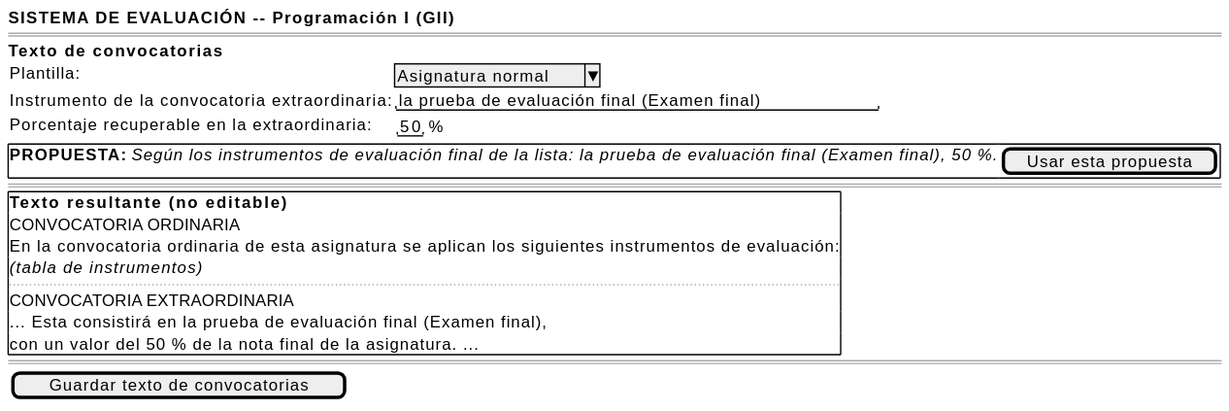
The PlantUML diagram images/RUP/01-requisitos/03-detalle-casos-uso/editarTextoSistemaEvaluacion/wireframe.svg in mmasias/pyCeldaPublico, before a commit. Source of this version:
```plantuml
@startsalt editarTextoSistemaEvaluacion-wireframe
{
    <b>SISTEMA DE EVALUACIÓN -- Programación I (GII)</b>
    ====
    <b>Texto de convocatorias</b>
    {
        Plantilla: | ^Asignatura normal^
        Instrumento de la convocatoria extraordinaria: | "la prueba de evaluación final (Examen final)"
        Porcentaje recuperable en la extraordinaria: | {"50" | %}
    }
    {+
        <b>PROPUESTA:</b> <i>Según los instrumentos de evaluación final de la lista: la prueba de evaluación final (Examen final), 50 %.</i> | [Usar esta propuesta]
    }
    ====
    {+
        <b>Texto resultante (no editable)</b>
        CONVOCATORIA ORDINARIA
        En la convocatoria ordinaria de esta asignatura se aplican los siguientes instrumentos de evaluación:
        <i>(tabla de instrumentos)</i>
        ...
        CONVOCATORIA EXTRAORDINARIA
        ... Esta consistirá en la prueba de evaluación final (Examen final),
        con un valor del 50 % de la nota final de la asignatura. ...
    }
    ====
    {[Guardar texto de convocatorias]}
}
@endsalt
```
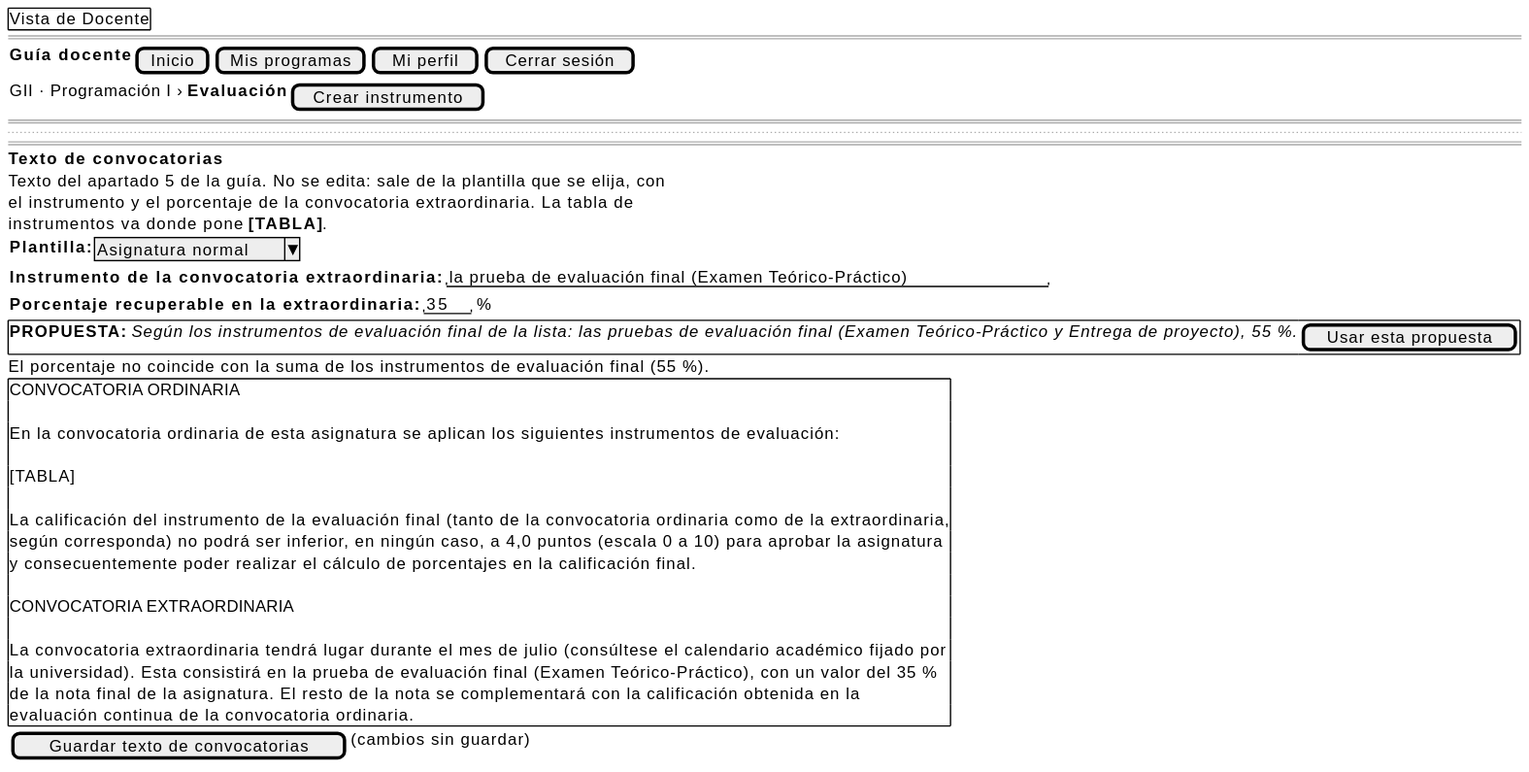
The same diagram one commit later.

Diff of the diagram source:
```diff
@@ -1,28 +1,41 @@
 @startsalt editarTextoSistemaEvaluacion-wireframe
 {
-    <b>SISTEMA DE EVALUACIÓN -- Programación I (GII)</b>
+    {+ Vista de Docente }
+    ====
+    {<b>Guía docente</b> | [Inicio] | [Mis programas] | [Mi perfil] | [Cerrar sesión]}
+    {GII · Programación I › <b>Evaluación</b> | [Crear instrumento]}
+    ====
+    ...
     ====
     <b>Texto de convocatorias</b>
-    {
-        Plantilla: | ^Asignatura normal^
-        Instrumento de la convocatoria extraordinaria: | "la prueba de evaluación final (Examen final)"
-        Porcentaje recuperable en la extraordinaria: | {"50" | %}
+    Texto del apartado 5 de la guía. No se edita: sale de la plantilla que se elija, con
+    el instrumento y el porcentaje de la convocatoria extraordinaria. La tabla de
+    instrumentos va donde pone <b>&#91;TABLA]</b>.
+    {<b>Plantilla:</b> | ^Asignatura normal^}
+    {<b>Instrumento de la convocatoria extraordinaria:</b> | "la prueba de evaluación final (Examen Teórico-Práctico)"}
+    {<b>Porcentaje recuperable en la extraordinaria:</b> | "35  " | %}
+    {+
+        <b>PROPUESTA:</b> <i>Según los instrumentos de evaluación final de la lista: las pruebas de evaluación final (Examen Teórico-Práctico y Entrega de proyecto), 55 %.</i> | [Usar esta propuesta]
     }
+    El porcentaje no coincide con la suma de los instrumentos de evaluación final (55 %).
     {+
-        <b>PROPUESTA:</b> <i>Según los instrumentos de evaluación final de la lista: la prueba de evaluación final (Examen final), 50 %.</i> | [Usar esta propuesta]
+        CONVOCATORIA ORDINARIA
+        .
+        En la convocatoria ordinaria de esta asignatura se aplican los siguientes instrumentos de evaluación:
+        .
+        &#91;TABLA]
+        .
+        La calificación del instrumento de la evaluación final (tanto de la convocatoria ordinaria como de la extraordinaria,
+        según corresponda) no podrá ser inferior, en ningún caso, a 4,0 puntos (escala 0 a 10) para aprobar la asignatura
+        y consecuentemente poder realizar el cálculo de porcentajes en la calificación final.
+        .
+        CONVOCATORIA EXTRAORDINARIA
+        .
+        La convocatoria extraordinaria tendrá lugar durante el mes de julio (consúltese el calendario académico fijado por
+        la universidad). Esta consistirá en la prueba de evaluación final (Examen Teórico-Práctico), con un valor del 35 %
+        de la nota final de la asignatura. El resto de la nota se complementará con la calificación obtenida en la
+        evaluación continua de la convocatoria ordinaria.
     }
-    ====
-    {+
-        <b>Texto resultante (no editable)</b>
-        CONVOCATORIA ORDINARIA
-        En la convocatoria ordinaria de esta asignatura se aplican los siguientes instrumentos de evaluación:
-        <i>(tabla de instrumentos)</i>
-        ...
-        CONVOCATORIA EXTRAORDINARIA
-        ... Esta consistirá en la prueba de evaluación final (Examen final),
-        con un valor del 50 % de la nota final de la asignatura. ...
-    }
-    ====
-    {[Guardar texto de convocatorias]}
+    {[Guardar texto de convocatorias] | (cambios sin guardar)}
 }
 @endsalt
```
